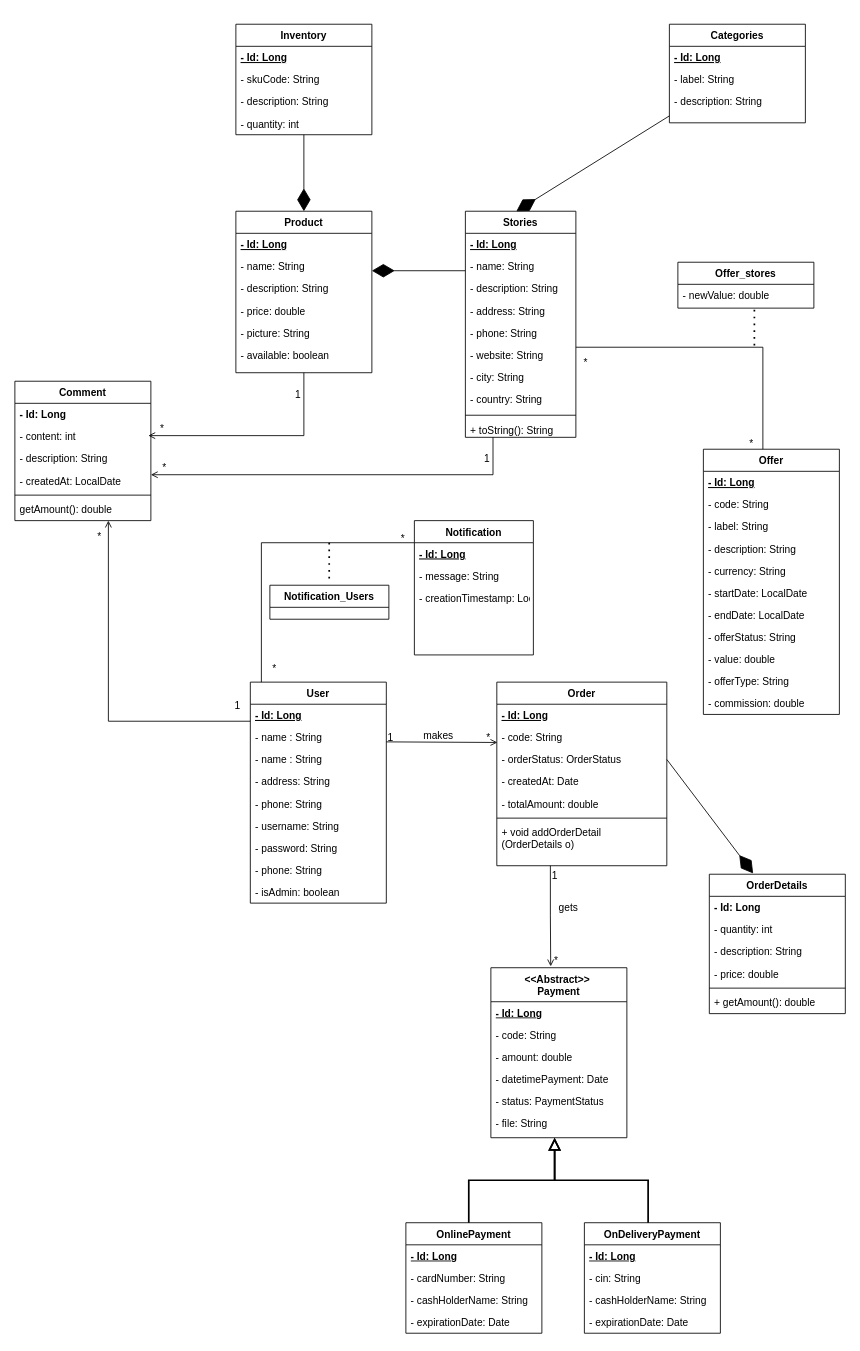
The draw.io diagram circuit_store.drawio in amine-elarass49/angular_doc, before the edit. Source tidied: cells renumbered, new cells numbered last; positions are measured from the earlier drawing's top-left corner, leaving out a move shared by most shapes. Both pictures are drawn from the tidied source at 85%, with x=0, y=0 at pixel (14, 24).
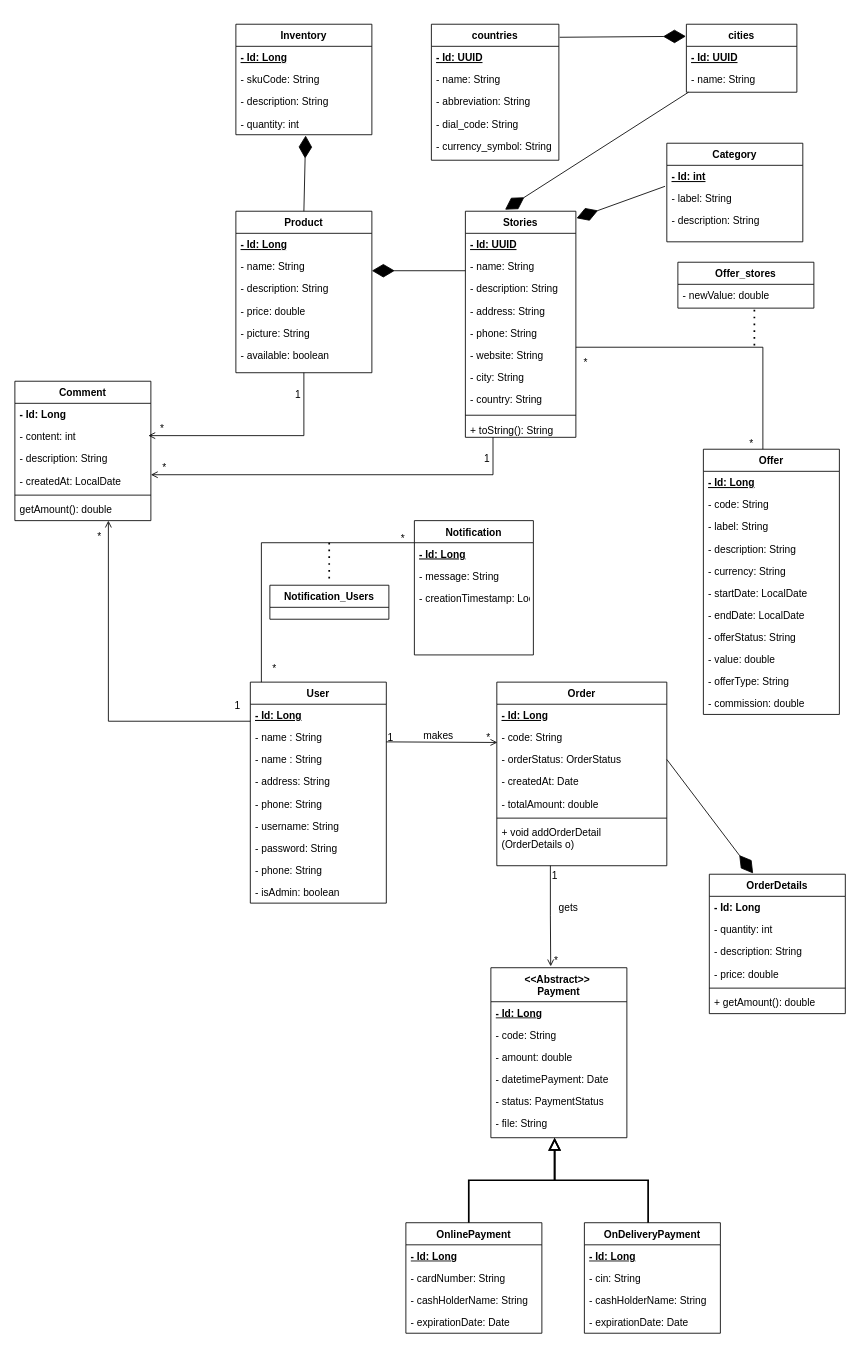
The same diagram, later.

The change refers to these unchanged cells:
```xml
<mxCell id="2" value="Stories" style="swimlane;fontStyle=1;align=center;verticalAlign=top;horizontal=1;startSize=26;rounded=0;shadow=0;strokeWidth=1;" parent="1" vertex="1">
  <mxGeometry x="530" y="220" width="130" height="266" as="geometry" />
</mxCell>
<mxCell id="13" value="Product" style="swimlane;fontStyle=1;align=center;verticalAlign=top;horizontal=1;startSize=26;rounded=0;shadow=0;strokeWidth=1;" parent="1" vertex="1">
  <mxGeometry x="260" y="220" width="160" height="190" as="geometry" />
</mxCell>
<mxCell id="21" value="Inventory" style="swimlane;fontStyle=1;align=center;verticalAlign=top;horizontal=1;startSize=26;rounded=0;shadow=0;strokeWidth=1;" parent="1" vertex="1">
  <mxGeometry x="260" width="160" height="130" as="geometry" />
</mxCell>
<mxCell id="25" value="- quantity: int" style="text;align=left;verticalAlign=top;spacingLeft=4;spacingRight=4;overflow=hidden;points=[[0,0.5],[1,0.5]];portConstraint=eastwest;rounded=0;shadow=0;html=0;" parent="21" vertex="1">
  <mxGeometry y="104" width="160" height="26" as="geometry" />
</mxCell>
```

Diff of the diagram source:
```diff
@@
-    <mxCell id="3" value="- Id: Long" style="text;align=left;verticalAlign=top;spacingLeft=4;spacingRight=4;overflow=hidden;fontStyle=5;" parent="2" vertex="1">
+    <mxCell id="3" value="- Id: UUID" style="text;align=left;verticalAlign=top;spacingLeft=4;spacingRight=4;overflow=hidden;fontStyle=5;" parent="2" vertex="1">
       <mxGeometry y="26" width="130" height="26" as="geometry" />
     </mxCell>
@@
-    <mxCell id="26" style="endArrow=diamondThin;endFill=1;endSize=24;html=1;rounded=0;" parent="1" edge="1" source="21" target="13">
+    <mxCell id="26" style="endArrow=diamondThin;endFill=1;endSize=24;html=1;rounded=0;entryX=0.513;entryY=1.038;entryDx=0;entryDy=0;entryPerimeter=0;exitX=0.5;exitY=0;exitDx=0;exitDy=0;" parent="1" edge="1" source="13" target="25">
       <mxGeometry relative="1" as="geometry" />
     </mxCell>
-    <mxCell id="27" value="Categories&#10;" style="swimlane;fontStyle=1;align=center;verticalAlign=top;horizontal=1;startSize=26;rounded=0;shadow=0;strokeWidth=1;" parent="1" vertex="1">
-      <mxGeometry x="770" width="160" height="116" as="geometry" />
+    <mxCell id="27" value="Category" style="swimlane;fontStyle=1;align=center;verticalAlign=top;horizontal=1;startSize=26;rounded=0;shadow=0;strokeWidth=1;" parent="1" vertex="1">
+      <mxGeometry x="767" y="140" width="160" height="116" as="geometry" />
     </mxCell>
-    <mxCell id="28" value="- Id: Long" style="text;align=left;verticalAlign=top;spacingLeft=4;spacingRight=4;overflow=hidden;points=[[0,0.5],[1,0.5]];portConstraint=eastwest;fontStyle=5;" parent="27" vertex="1">
+    <mxCell id="28" value="- Id: int" style="text;align=left;verticalAlign=top;spacingLeft=4;spacingRight=4;overflow=hidden;points=[[0,0.5],[1,0.5]];portConstraint=eastwest;fontStyle=5;" parent="27" vertex="1">
       <mxGeometry y="26" width="160" height="26" as="geometry" />
     </mxCell>
@@
-    <mxCell id="31" style="endArrow=diamondThin;endFill=1;endSize=24;html=1;rounded=0;" parent="1" edge="1" source="27">
-      <mxGeometry relative="1" as="geometry">
-        <mxPoint x="590" y="220" as="targetPoint" />
-      </mxGeometry>
+    <mxCell id="31" style="endArrow=diamondThin;endFill=1;endSize=24;html=1;rounded=0;exitX=-0.013;exitY=0.949;exitDx=0;exitDy=0;exitPerimeter=0;entryX=1.006;entryY=0.031;entryDx=0;entryDy=0;entryPerimeter=0;" parent="1" edge="1" source="28" target="2">
+      <mxGeometry relative="1" as="geometry" />
     </mxCell>
@@
+    <mxCell id="128" value="countries" style="swimlane;fontStyle=1;align=center;verticalAlign=top;horizontal=1;startSize=26;rounded=0;shadow=0;strokeWidth=1;" parent="1" vertex="1">
+      <mxGeometry x="490" width="150" height="160" as="geometry" />
+    </mxCell>
+    <mxCell id="129" value="- Id: UUID" style="text;align=left;verticalAlign=top;spacingLeft=4;spacingRight=4;overflow=hidden;fontStyle=5;" parent="128" vertex="1">
+      <mxGeometry y="26" width="150" height="26" as="geometry" />
+    </mxCell>
+    <mxCell id="130" value="- name: String" style="text;align=left;verticalAlign=top;spacingLeft=4;spacingRight=4;overflow=hidden;rounded=0;shadow=0;html=0;" parent="128" vertex="1">
+      <mxGeometry y="52" width="150" height="26" as="geometry" />
+    </mxCell>
+    <mxCell id="131" value="- abbreviation: String" style="text;align=left;verticalAlign=top;spacingLeft=4;spacingRight=4;overflow=hidden;rounded=0;shadow=0;html=0;" parent="128" vertex="1">
+      <mxGeometry y="78" width="150" height="26" as="geometry" />
+    </mxCell>
+    <mxCell id="132" value="- dial_code: String" style="text;align=left;verticalAlign=top;spacingLeft=4;spacingRight=4;overflow=hidden;rounded=0;shadow=0;html=0;" parent="128" vertex="1">
+      <mxGeometry y="104" width="150" height="26" as="geometry" />
+    </mxCell>
+    <mxCell id="133" value="- currency_symbol: String" style="text;align=left;verticalAlign=top;spacingLeft=4;spacingRight=4;overflow=hidden;rounded=0;shadow=0;html=0;" parent="128" vertex="1">
+      <mxGeometry y="130" width="150" height="26" as="geometry" />
+    </mxCell>
+    <mxCell id="134" value="cities" style="swimlane;fontStyle=1;align=center;verticalAlign=top;horizontal=1;startSize=26;rounded=0;shadow=0;strokeWidth=1;" parent="1" vertex="1">
+      <mxGeometry x="790" width="130" height="80" as="geometry" />
+    </mxCell>
+    <mxCell id="135" value="- Id: UUID" style="text;align=left;verticalAlign=top;spacingLeft=4;spacingRight=4;overflow=hidden;fontStyle=5;" parent="134" vertex="1">
+      <mxGeometry y="26" width="130" height="26" as="geometry" />
+    </mxCell>
+    <mxCell id="136" value="- name: String" style="text;align=left;verticalAlign=top;spacingLeft=4;spacingRight=4;overflow=hidden;rounded=0;shadow=0;html=0;" parent="134" vertex="1">
+      <mxGeometry y="52" width="130" height="26" as="geometry" />
+    </mxCell>
+    <mxCell id="137" style="endArrow=diamondThin;endFill=1;endSize=24;html=1;rounded=0;entryX=-0.004;entryY=0.178;entryDx=0;entryDy=0;entryPerimeter=0;exitX=1.006;exitY=0.096;exitDx=0;exitDy=0;exitPerimeter=0;" parent="1" edge="1" source="128" target="134">
+      <mxGeometry relative="1" as="geometry" />
+    </mxCell>
+    <mxCell id="138" style="endArrow=diamondThin;endFill=1;endSize=24;html=1;rounded=0;entryX=0.359;entryY=-0.007;entryDx=0;entryDy=0;entryPerimeter=0;" parent="1" edge="1" source="134" target="2">
+      <mxGeometry relative="1" as="geometry" />
+    </mxCell>
```
